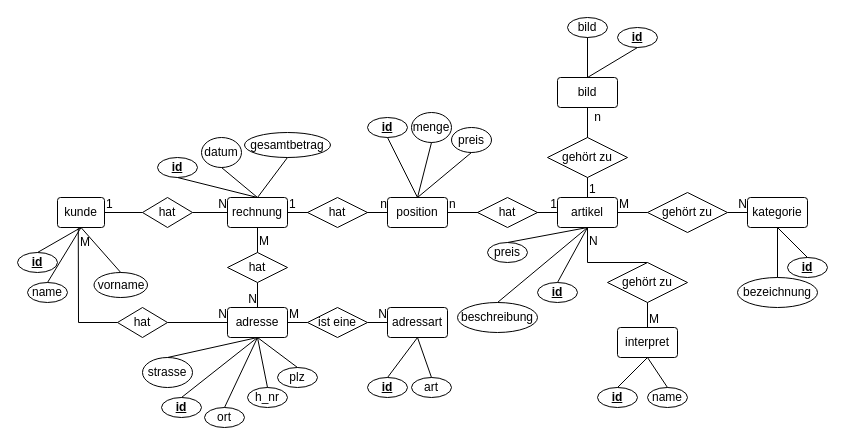
This is DesktopApp/preparation/Musikshop_ER-Diagramm.drawio from PhilDusseldorf/FachSpezII, a draw.io file, before an edit. Source tidied: cells renumbered, new cells numbered last; positions are measured from the earlier drawing's top-left corner, leaving out a move shared by most shapes. Both pictures are drawn from the tidied source at 100%, with x=0, y=0 at pixel (17, 17).
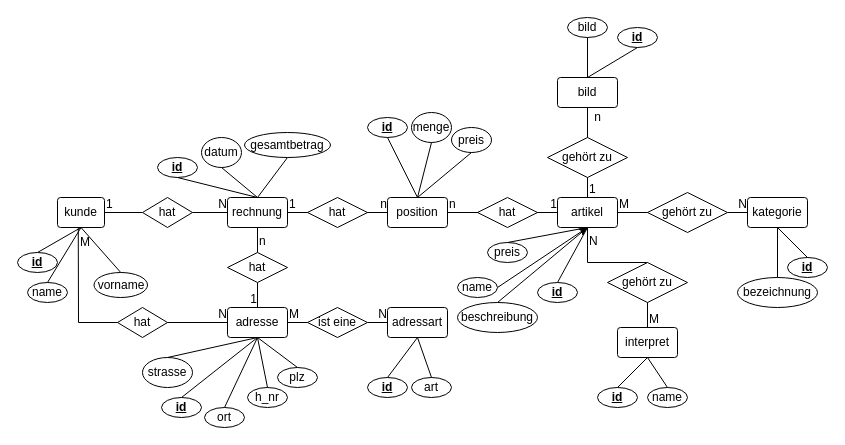
The same page after the edit.

The change refers to these unchanged cells:
```xml
<mxCell id="55" style="endArrow=none;html=1;rounded=0;exitX=0.5;exitY=1;exitDx=0;exitDy=0;entryX=0.5;entryY=0;entryDx=0;entryDy=0;startArrow=none;" parent="1" edge="1" source="57" target="33">
  <mxGeometry relative="1" as="geometry" />
</mxCell>
<mxCell id="58" style="endArrow=none;html=1;rounded=0;exitX=0.5;exitY=1;exitDx=0;exitDy=0;entryX=0.5;entryY=0;entryDx=0;entryDy=0;" parent="1" edge="1" source="31" target="57">
  <mxGeometry relative="1" as="geometry" />
</mxCell>
```

Diff of the diagram source:
```diff
@@
-    <mxCell id="56" value="N" style="html=1;align=right;verticalAlign=bottom;" parent="55" vertex="1">
+    <mxCell id="56" value="1" style="html=1;align=right;verticalAlign=bottom;" parent="55" vertex="1">
       <mxGeometry x="1" relative="1" as="geometry" />
     </mxCell>
@@
-    <mxCell id="59" value="M" style="html=1;align=left;verticalAlign=top;" parent="58" vertex="1">
+    <mxCell id="59" value="n" style="html=1;align=left;verticalAlign=top;" parent="58" vertex="1">
       <mxGeometry x="-1" relative="1" as="geometry" />
     </mxCell>
@@
+    <mxCell id="104" style="edgeStyle=none;html=1;exitX=1;exitY=0.5;exitDx=0;exitDy=0;" parent="1" edge="1" source="105">
+      <mxGeometry relative="1" as="geometry">
+        <mxPoint x="570" y="210" as="targetPoint" />
+      </mxGeometry>
+    </mxCell>
+    <mxCell id="105" value="name" style="ellipse;whiteSpace=wrap;html=1;align=center;" parent="1" vertex="1">
+      <mxGeometry x="440" y="260" width="40" height="20" as="geometry" />
+    </mxCell>
```
